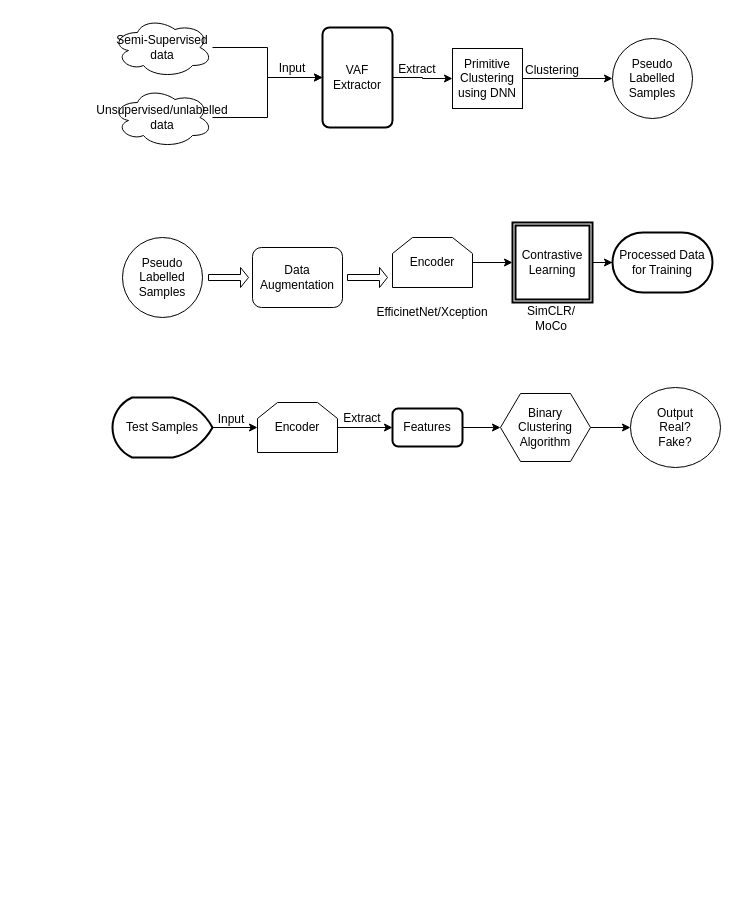
This is df.drawio from RaghulJ02/chatapp, a draw.io file, before an edit. Source tidied: cells renumbered, new cells numbered last; positions are measured from the earlier drawing's top-left corner, leaving out a move shared by most shapes. Both pictures are drawn from the tidied source at 100%, with x=0, y=0 at pixel (112, 17).
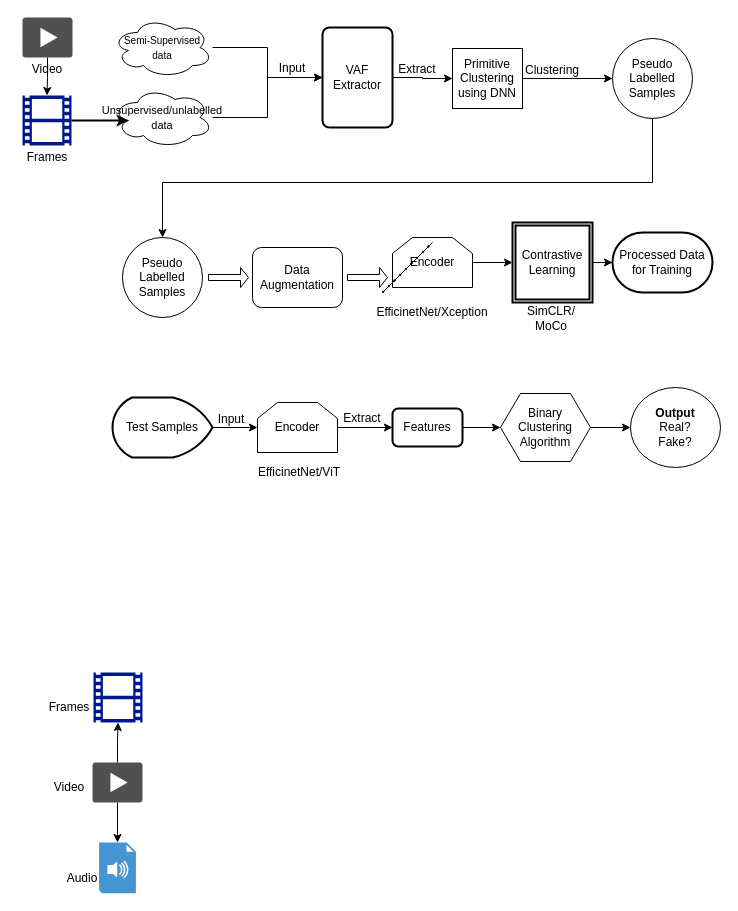
Above is the later version.

Unchanged cells that the change refers to:
```xml
<mxCell id="12" value="Pseudo Labelled Samples" style="ellipse;whiteSpace=wrap;html=1;" parent="1" vertex="1">
  <mxGeometry x="500" y="21" width="80" height="80" as="geometry" />
</mxCell>
<mxCell id="14" value="Pseudo Labelled Samples" style="ellipse;whiteSpace=wrap;html=1;" parent="1" vertex="1">
  <mxGeometry x="10" y="220" width="80" height="80" as="geometry" />
</mxCell>
```

Change to the diagram source:
```diff
@@
-    <mxCell id="3" value="Semi-Supervised data" style="ellipse;shape=cloud;whiteSpace=wrap;html=1;align=center;" parent="1" vertex="1">
+    <mxCell id="3" value="&lt;font style=&quot;font-size: 10px;&quot;&gt;Semi-Supervised data&lt;/font&gt;" style="ellipse;shape=cloud;whiteSpace=wrap;html=1;align=center;" parent="1" vertex="1">
       <mxGeometry width="100" height="60" as="geometry" />
     </mxCell>
@@
-    <mxCell id="5" value="Unsupervised/unlabelled data" style="ellipse;shape=cloud;whiteSpace=wrap;html=1;align=center;" parent="1" vertex="1">
+    <mxCell id="5" value="&lt;font style=&quot;font-size: 11px;&quot;&gt;Unsupervised/unlabelled data&lt;/font&gt;" style="ellipse;shape=cloud;whiteSpace=wrap;html=1;align=center;" parent="1" vertex="1">
       <mxGeometry y="70" width="100" height="60" as="geometry" />
     </mxCell>
@@
+    <mxCell id="36" style="edgeStyle=orthogonalEdgeStyle;rounded=0;jettySize=auto;html=1;" parent="1" edge="1" source="12" target="14">
+      <mxGeometry relative="1" as="geometry">
+        <Array as="points">
+          <mxPoint x="540" y="165" />
+          <mxPoint x="50" y="165" />
+        </Array>
+      </mxGeometry>
+    </mxCell>
@@
-    <mxCell id="35" value="&lt;div&gt;Output&lt;/div&gt;&lt;div&gt;Real?&lt;/div&gt;&lt;div&gt;Fake?&lt;br&gt;&lt;/div&gt;" style="ellipse;whiteSpace=wrap;html=1;" parent="1" vertex="1">
+    <mxCell id="35" value="&lt;div&gt;&lt;b&gt;Output&lt;/b&gt;&lt;/div&gt;&lt;div&gt;Real?&lt;/div&gt;&lt;div&gt;Fake?&lt;br&gt;&lt;/div&gt;" style="ellipse;whiteSpace=wrap;html=1;" parent="1" vertex="1">
       <mxGeometry x="518" y="370" width="90" height="80" as="geometry" />
     </mxCell>
+    <mxCell id="37" value="EfficinetNet/ViT" style="text;html=1;align=center;verticalAlign=middle;whiteSpace=wrap;rounded=0;" parent="1" vertex="1">
+      <mxGeometry x="157" y="440" width="60" height="30" as="geometry" />
+    </mxCell>
+    <mxCell id="38" style="sketch=0;shadow=0;dashed=0;html=1;strokeColor=none;labelPosition=center;verticalLabelPosition=bottom;verticalAlign=top;align=center;fillColor=#00188D;shape=mxgraph.mscae.general.video;" parent="1" vertex="1">
+      <mxGeometry x="-90" y="78" width="49" height="50" as="geometry" />
+    </mxCell>
+    <mxCell id="39" style="sketch=0;shadow=0;dashed=0;html=1;strokeColor=none;fillColor=#505050;labelPosition=center;verticalLabelPosition=bottom;verticalAlign=top;outlineConnect=0;align=center;shape=mxgraph.office.concepts.video_play;" parent="1" vertex="1">
+      <mxGeometry x="-90" width="50" height="40" as="geometry" />
+    </mxCell>
+    <mxCell id="40" value="Video" style="text;html=1;align=center;verticalAlign=middle;whiteSpace=wrap;rounded=0;" parent="1" vertex="1">
+      <mxGeometry x="-95" y="37" width="60" height="30" as="geometry" />
+    </mxCell>
+    <mxCell id="41" value="Frames" style="text;html=1;align=center;verticalAlign=middle;whiteSpace=wrap;rounded=0;" parent="1" vertex="1">
+      <mxGeometry x="-95" y="125" width="60" height="30" as="geometry" />
+    </mxCell>
+    <mxCell id="42" style="edgeStyle=orthogonalEdgeStyle;rounded=0;jettySize=auto;html=1;entryX=0.5;entryY=0;entryDx=0;entryDy=0;entryPerimeter=0;" parent="1" edge="1" source="39" target="38">
+      <mxGeometry relative="1" as="geometry" />
+    </mxCell>
+    <mxCell id="43" style="edgeStyle=orthogonalEdgeStyle;rounded=0;jettySize=auto;html=1;entryX=0.16;entryY=0.55;entryDx=0;entryDy=0;entryPerimeter=0;strokeWidth=2;" parent="1" edge="1" source="38" target="5">
+      <mxGeometry relative="1" as="geometry" />
+    </mxCell>
+    <mxCell id="44" style="sketch=0;shadow=0;dashed=0;html=1;strokeColor=none;labelPosition=center;verticalLabelPosition=bottom;verticalAlign=top;align=center;fillColor=#00188D;shape=mxgraph.mscae.general.video;" parent="1" vertex="1">
+      <mxGeometry x="-19" y="655" width="49" height="50" as="geometry" />
+    </mxCell>
+    <mxCell id="45" style="edgeStyle=orthogonalEdgeStyle;rounded=0;jettySize=auto;html=1;" parent="1" edge="1" source="46" target="47">
+      <mxGeometry relative="1" as="geometry" />
+    </mxCell>
+    <mxCell id="46" style="sketch=0;shadow=0;dashed=0;html=1;strokeColor=none;fillColor=#505050;labelPosition=center;verticalLabelPosition=bottom;verticalAlign=top;outlineConnect=0;align=center;shape=mxgraph.office.concepts.video_play;" parent="1" vertex="1">
+      <mxGeometry x="-20" y="745" width="50" height="40" as="geometry" />
+    </mxCell>
+    <mxCell id="47" style="shadow=0;dashed=0;html=1;strokeColor=none;fillColor=#4495D1;labelPosition=center;verticalLabelPosition=bottom;verticalAlign=top;align=center;outlineConnect=0;shape=mxgraph.veeam.audio_file;" parent="1" vertex="1">
+      <mxGeometry x="-13.4" y="825" width="36.8" height="50.8" as="geometry" />
+    </mxCell>
+    <mxCell id="48" style="edgeStyle=orthogonalEdgeStyle;rounded=0;jettySize=auto;html=1;entryX=0.5;entryY=1;entryDx=0;entryDy=0;entryPerimeter=0;" parent="1" edge="1" source="46" target="44">
+      <mxGeometry relative="1" as="geometry" />
+    </mxCell>
+    <mxCell id="49" value="&lt;div&gt;Frames&lt;/div&gt;" style="text;html=1;align=center;verticalAlign=middle;whiteSpace=wrap;rounded=0;" parent="1" vertex="1">
+      <mxGeometry x="-73.4" y="675" width="60" height="30" as="geometry" />
+    </mxCell>
+    <mxCell id="50" value="&lt;div&gt;Audio&lt;/div&gt;" style="text;html=1;align=center;verticalAlign=middle;whiteSpace=wrap;rounded=0;" parent="1" vertex="1">
+      <mxGeometry x="-60" y="845.8" width="60" height="30" as="geometry" />
+    </mxCell>
+    <mxCell id="51" value="Video" style="text;html=1;align=center;verticalAlign=middle;whiteSpace=wrap;rounded=0;" parent="1" vertex="1">
+      <mxGeometry x="-73.4" y="755" width="60" height="30" as="geometry" />
+    </mxCell>
+    <mxCell id="52" style="endArrow=none;html=1;rounded=0;" parent="1" edge="1">
+      <mxGeometry relative="1" as="geometry">
+        <mxPoint x="270" y="275" as="sourcePoint" />
+        <mxPoint x="320" y="225" as="targetPoint" />
+      </mxGeometry>
+    </mxCell>
+    <mxCell id="53" style="endArrow=none;dashed=1;html=1;dashPattern=1 3;strokeWidth=2;rounded=0;" parent="1" edge="1">
+      <mxGeometry relative="1" as="geometry">
+        <mxPoint x="270" y="275" as="sourcePoint" />
+        <mxPoint x="320" y="225" as="targetPoint" />
+      </mxGeometry>
+    </mxCell>
```
